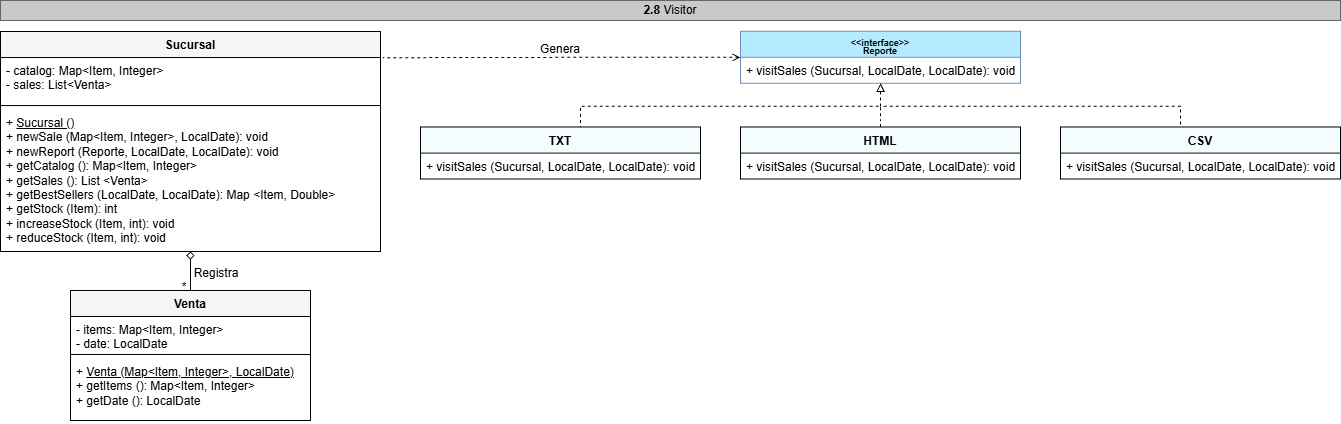
Above: src/Reportes/UML.png in saenzlucas/UNQShop (draw.io), before the change. Source tidied: cells renumbered, new cells last; positions are measured from the earlier drawing's top-left corner, leaving out a move shared by most shapes.
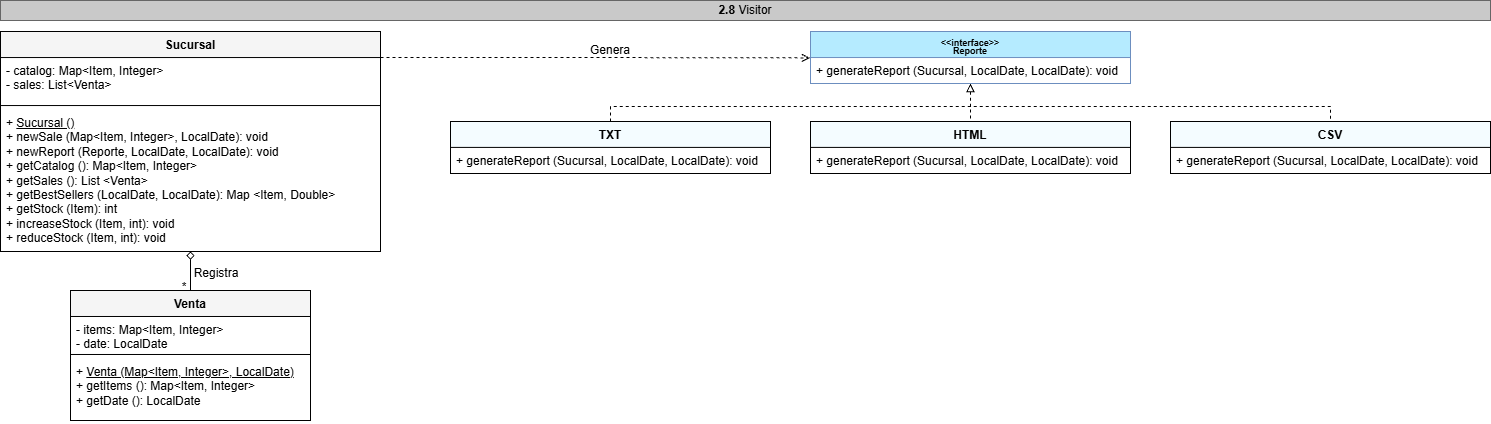
The same file after the commit.

Commit message:
Se da por finalizado el trabajo

Change to the diagram source:
```diff
@@ -3,59 +3,53 @@
     <mxCell id="0" />
     <mxCell id="1" parent="0" />
     <mxCell id="2" value="&lt;div&gt;&lt;span style=&quot;background-color: transparent; color: light-dark(rgb(0, 0, 0), rgb(255, 255, 255));&quot;&gt;&lt;b&gt;2.8&lt;/b&gt; Visitor&lt;/span&gt;&lt;/div&gt;" style="text;html=1;whiteSpace=wrap;strokeColor=#666666;fillColor=#C9C9C9;align=center;verticalAlign=middle;rounded=0;fontColor=#333333;" parent="1" vertex="1">
-      <mxGeometry width="1340" height="20" as="geometry" />
+      <mxGeometry x="10" y="-90" width="1490" height="20" as="geometry" />
     </mxCell>
     <mxCell id="3" style="edgeStyle=orthogonalEdgeStyle;rounded=0;jettySize=auto;html=1;exitX=0.5;exitY=1;exitDx=0;exitDy=0;entryX=0.5;entryY=0;entryDx=0;entryDy=0;dashed=1;endArrow=none;endFill=0;startArrow=block;startFill=0;" parent="1" edge="1" source="4" target="12">
       <mxGeometry relative="1" as="geometry">
         <Array as="points">
-          <mxPoint x="880" y="105.8" />
-          <mxPoint x="1180" y="105.8" />
+          <mxPoint x="980" y="16" />
+          <mxPoint x="1340" y="16" />
         </Array>
       </mxGeometry>
     </mxCell>
     <mxCell id="4" value="&lt;div style=&quot;line-height: 70%;&quot;&gt;&lt;font style=&quot;font-size: 9px; line-height: 70%;&quot;&gt;&amp;lt;&amp;lt;interface&amp;gt;&amp;gt;&lt;/font&gt;&lt;div&gt;&lt;font style=&quot;font-size: 9px; line-height: 70%;&quot;&gt;Reporte&lt;/font&gt;&lt;/div&gt;&lt;/div&gt;" style="swimlane;fontStyle=1;align=center;verticalAlign=top;horizontal=1;startSize=26;whiteSpace=wrap;html=1;fillColor=#B5EBFF;strokeColor=#6c8ebf;" parent="1" vertex="1">
-      <mxGeometry x="740" y="30.8" width="280" height="52" as="geometry" />
+      <mxGeometry x="820" y="-59" width="320" height="52" as="geometry" />
     </mxCell>
-    <mxCell id="5" value="+ visitSales (Sucursal, LocalDate, LocalDate): void" style="text;strokeColor=none;fillColor=none;align=left;verticalAlign=top;spacingLeft=4;spacingRight=4;overflow=hidden;whiteSpace=wrap;html=1;" parent="4" vertex="1">
-      <mxGeometry y="26" width="280" height="26" as="geometry" />
-    </mxCell>
-    <mxCell id="6" style="edgeStyle=orthogonalEdgeStyle;rounded=0;jettySize=auto;html=1;exitX=0.5;exitY=0;exitDx=0;exitDy=0;endArrow=none;endFill=0;dashed=1;" parent="1" edge="1" source="7">
-      <mxGeometry relative="1" as="geometry">
-        <mxPoint x="880" y="115.8" as="targetPoint" />
-        <Array as="points">
-          <mxPoint x="580" y="105.8" />
-          <mxPoint x="880" y="105.8" />
-        </Array>
-      </mxGeometry>
-    </mxCell>
+    <mxCell id="27" value="+ generateReport&amp;nbsp;(Sucursal, LocalDate, LocalDate): void" style="text;strokeColor=none;fillColor=none;align=left;verticalAlign=top;spacingLeft=4;spacingRight=4;overflow=hidden;whiteSpace=wrap;html=1;" parent="4" vertex="1">
+      <mxGeometry y="26" width="320" height="26" as="geometry" />
+    </mxCell>
+    <mxCell id="28" style="edgeStyle=orthogonalEdgeStyle;rounded=0;jettySize=auto;html=1;exitX=0.5;exitY=0;exitDx=0;exitDy=0;endArrow=none;endFill=0;dashed=1;entryX=0.5;entryY=0;entryDx=0;entryDy=0;" parent="1" edge="1" source="7" target="10">
+      <mxGeometry relative="1" as="geometry">
+        <Array as="points">
+          <mxPoint x="620" y="16" />
+          <mxPoint x="980" y="16" />
+        </Array>
+      </mxGeometry>
+    </mxCell>
     <mxCell id="7" value="TXT" style="swimlane;fontStyle=1;align=center;verticalAlign=top;horizontal=1;startSize=26;whiteSpace=wrap;html=1;fillColor=#F4FCFF;" parent="1" vertex="1">
-      <mxGeometry x="420" y="126.6" width="280" height="52" as="geometry" />
+      <mxGeometry x="460" y="30.9" width="320" height="52" as="geometry" />
     </mxCell>
-    <mxCell id="8" value="+ visitSales (Sucursal, LocalDate, LocalDate): void" style="text;strokeColor=none;fillColor=none;align=left;verticalAlign=top;spacingLeft=4;spacingRight=4;overflow=hidden;whiteSpace=wrap;html=1;" parent="7" vertex="1">
-      <mxGeometry y="26" width="280" height="26" as="geometry" />
-    </mxCell>
-    <mxCell id="9" style="edgeStyle=orthogonalEdgeStyle;rounded=0;jettySize=auto;html=1;exitX=0.5;exitY=0;exitDx=0;exitDy=0;dashed=1;endArrow=none;endFill=0;" parent="1" edge="1" source="10">
-      <mxGeometry relative="1" as="geometry">
-        <mxPoint x="880" y="118.8" as="targetPoint" />
-      </mxGeometry>
-    </mxCell>
+    <mxCell id="29" value="+ generateReport (Sucursal, LocalDate, LocalDate): void" style="text;strokeColor=none;fillColor=none;align=left;verticalAlign=top;spacingLeft=4;spacingRight=4;overflow=hidden;whiteSpace=wrap;html=1;" parent="7" vertex="1">
+      <mxGeometry y="26" width="320" height="26" as="geometry" />
+    </mxCell>
     <mxCell id="10" value="HTML" style="swimlane;fontStyle=1;align=center;verticalAlign=top;horizontal=1;startSize=26;whiteSpace=wrap;html=1;fillColor=#F4FCFF;" parent="1" vertex="1">
-      <mxGeometry x="740" y="126.6" width="280" height="52" as="geometry" />
+      <mxGeometry x="820" y="30.9" width="320" height="52" as="geometry" />
     </mxCell>
-    <mxCell id="11" value="+ visitSales (Sucursal, LocalDate, LocalDate): void" style="text;strokeColor=none;fillColor=none;align=left;verticalAlign=top;spacingLeft=4;spacingRight=4;overflow=hidden;whiteSpace=wrap;html=1;" parent="10" vertex="1">
-      <mxGeometry y="26" width="280" height="26" as="geometry" />
-    </mxCell>
+    <mxCell id="30" value="+ generateReport&amp;nbsp;(Sucursal, LocalDate, LocalDate): void" style="text;strokeColor=none;fillColor=none;align=left;verticalAlign=top;spacingLeft=4;spacingRight=4;overflow=hidden;whiteSpace=wrap;html=1;" parent="10" vertex="1">
+      <mxGeometry y="26" width="320" height="26" as="geometry" />
+    </mxCell>
     <mxCell id="12" value="CSV" style="swimlane;fontStyle=1;align=center;verticalAlign=top;horizontal=1;startSize=26;whiteSpace=wrap;html=1;fillColor=#F4FCFF;" parent="1" vertex="1">
-      <mxGeometry x="1060" y="126.6" width="280" height="52" as="geometry" />
+      <mxGeometry x="1180" y="30.9" width="320" height="52" as="geometry" />
     </mxCell>
-    <mxCell id="13" value="+ visitSales (Sucursal, LocalDate, LocalDate): void" style="text;strokeColor=none;fillColor=none;align=left;verticalAlign=top;spacingLeft=4;spacingRight=4;overflow=hidden;whiteSpace=wrap;html=1;" parent="12" vertex="1">
-      <mxGeometry y="26" width="280" height="26" as="geometry" />
-    </mxCell>
+    <mxCell id="31" value="+ generateReport&amp;nbsp;(Sucursal, LocalDate, LocalDate): void" style="text;strokeColor=none;fillColor=none;align=left;verticalAlign=top;spacingLeft=4;spacingRight=4;overflow=hidden;whiteSpace=wrap;html=1;" parent="12" vertex="1">
+      <mxGeometry y="26" width="320" height="26" as="geometry" />
+    </mxCell>
     <mxCell id="14" style="edgeStyle=orthogonalEdgeStyle;rounded=0;jettySize=auto;html=1;exitX=0.5;exitY=1;exitDx=0;exitDy=0;entryX=0.5;entryY=0;entryDx=0;entryDy=0;endArrow=none;endFill=0;startArrow=diamond;startFill=0;" parent="1" edge="1" source="15" target="19">
       <mxGeometry relative="1" as="geometry" />
     </mxCell>
     <mxCell id="15" value="Sucursal" style="swimlane;fontStyle=1;align=center;verticalAlign=top;horizontal=1;startSize=26;whiteSpace=wrap;html=1;fillColor=#F5F5F5;" parent="1" vertex="1">
-      <mxGeometry y="31" width="380" height="220" as="geometry" />
+      <mxGeometry x="10" y="-59" width="380" height="220" as="geometry" />
     </mxCell>
     <mxCell id="16" value="&lt;div&gt;- catalog: Map&amp;lt;Item, Integer&amp;gt;&lt;/div&gt;- sales: List&amp;lt;Venta&amp;gt;" style="text;strokeColor=none;fillColor=none;align=left;verticalAlign=top;spacingLeft=4;spacingRight=4;overflow=hidden;whiteSpace=wrap;html=1;" parent="15" vertex="1">
       <mxGeometry y="26" width="380" height="44" as="geometry" />
@@ -67,7 +61,7 @@
       <mxGeometry y="78" width="380" height="142" as="geometry" />
     </mxCell>
     <mxCell id="19" value="Venta" style="swimlane;fontStyle=1;align=center;verticalAlign=top;horizontal=1;startSize=26;whiteSpace=wrap;html=1;fillColor=#F5F5F5;" parent="1" vertex="1">
-      <mxGeometry x="70" y="290" width="240" height="130" as="geometry" />
+      <mxGeometry x="80" y="200" width="240" height="130" as="geometry" />
     </mxCell>
     <mxCell id="20" value="- items: Map&amp;lt;Item, Integer&amp;gt;&lt;div&gt;- date: LocalDate&lt;/div&gt;" style="text;strokeColor=none;fillColor=none;align=left;verticalAlign=top;spacingLeft=4;spacingRight=4;overflow=hidden;whiteSpace=wrap;html=1;" parent="19" vertex="1">
       <mxGeometry y="26" width="240" height="34" as="geometry" />
@@ -79,19 +73,19 @@
       <mxGeometry y="68" width="240" height="62" as="geometry" />
     </mxCell>
     <mxCell id="23" value="*" style="text;html=1;whiteSpace=wrap;strokeColor=none;fillColor=none;align=center;verticalAlign=middle;rounded=0;" parent="1" vertex="1">
-      <mxGeometry x="154" y="271.8" width="60" height="30" as="geometry" />
+      <mxGeometry x="164" y="181.8" width="60" height="30" as="geometry" />
     </mxCell>
-    <mxCell id="24" style="edgeStyle=orthogonalEdgeStyle;rounded=0;orthogonalLoop=1;jettySize=auto;html=1;exitX=0;exitY=0.5;exitDx=0;exitDy=0;entryX=1.006;entryY=0.119;entryDx=0;entryDy=0;entryPerimeter=0;dashed=1;endArrow=none;endFill=0;startArrow=open;startFill=0;" parent="1" edge="1">
-      <mxGeometry relative="1" as="geometry">
-        <mxPoint x="740" y="56.8" as="sourcePoint" />
-        <mxPoint x="382.3" y="57.2" as="targetPoint" />
-      </mxGeometry>
-    </mxCell>
     <mxCell id="25" value="Registra" style="text;html=1;whiteSpace=wrap;strokeColor=none;fillColor=none;align=center;verticalAlign=middle;rounded=0;" parent="1" vertex="1">
-      <mxGeometry x="186" y="257.9" width="60" height="30" as="geometry" />
+      <mxGeometry x="196" y="167.9" width="60" height="30" as="geometry" />
     </mxCell>
     <mxCell id="26" value="Genera" style="text;html=1;whiteSpace=wrap;strokeColor=none;fillColor=none;align=center;verticalAlign=middle;rounded=0;" parent="1" vertex="1">
-      <mxGeometry x="530" y="34" width="60" height="30" as="geometry" />
+      <mxGeometry x="590" y="-55" width="60" height="30" as="geometry" />
     </mxCell>
+    <mxCell id="32" style="edgeStyle=orthogonalEdgeStyle;rounded=0;orthogonalLoop=1;jettySize=auto;html=1;exitX=1;exitY=0.5;exitDx=0;exitDy=0;entryX=-0.005;entryY=0.898;entryDx=0;entryDy=0;entryPerimeter=0;endArrow=open;endFill=0;startArrow=none;startFill=0;dashed=1;" parent="1" edge="1">
+      <mxGeometry relative="1" as="geometry">
+        <mxPoint x="390" y="-33" as="sourcePoint" />
+        <mxPoint x="819.4" y="-32.6" as="targetPoint" />
+      </mxGeometry>
+    </mxCell>
   </root>
 </mxGraphModel>
```
